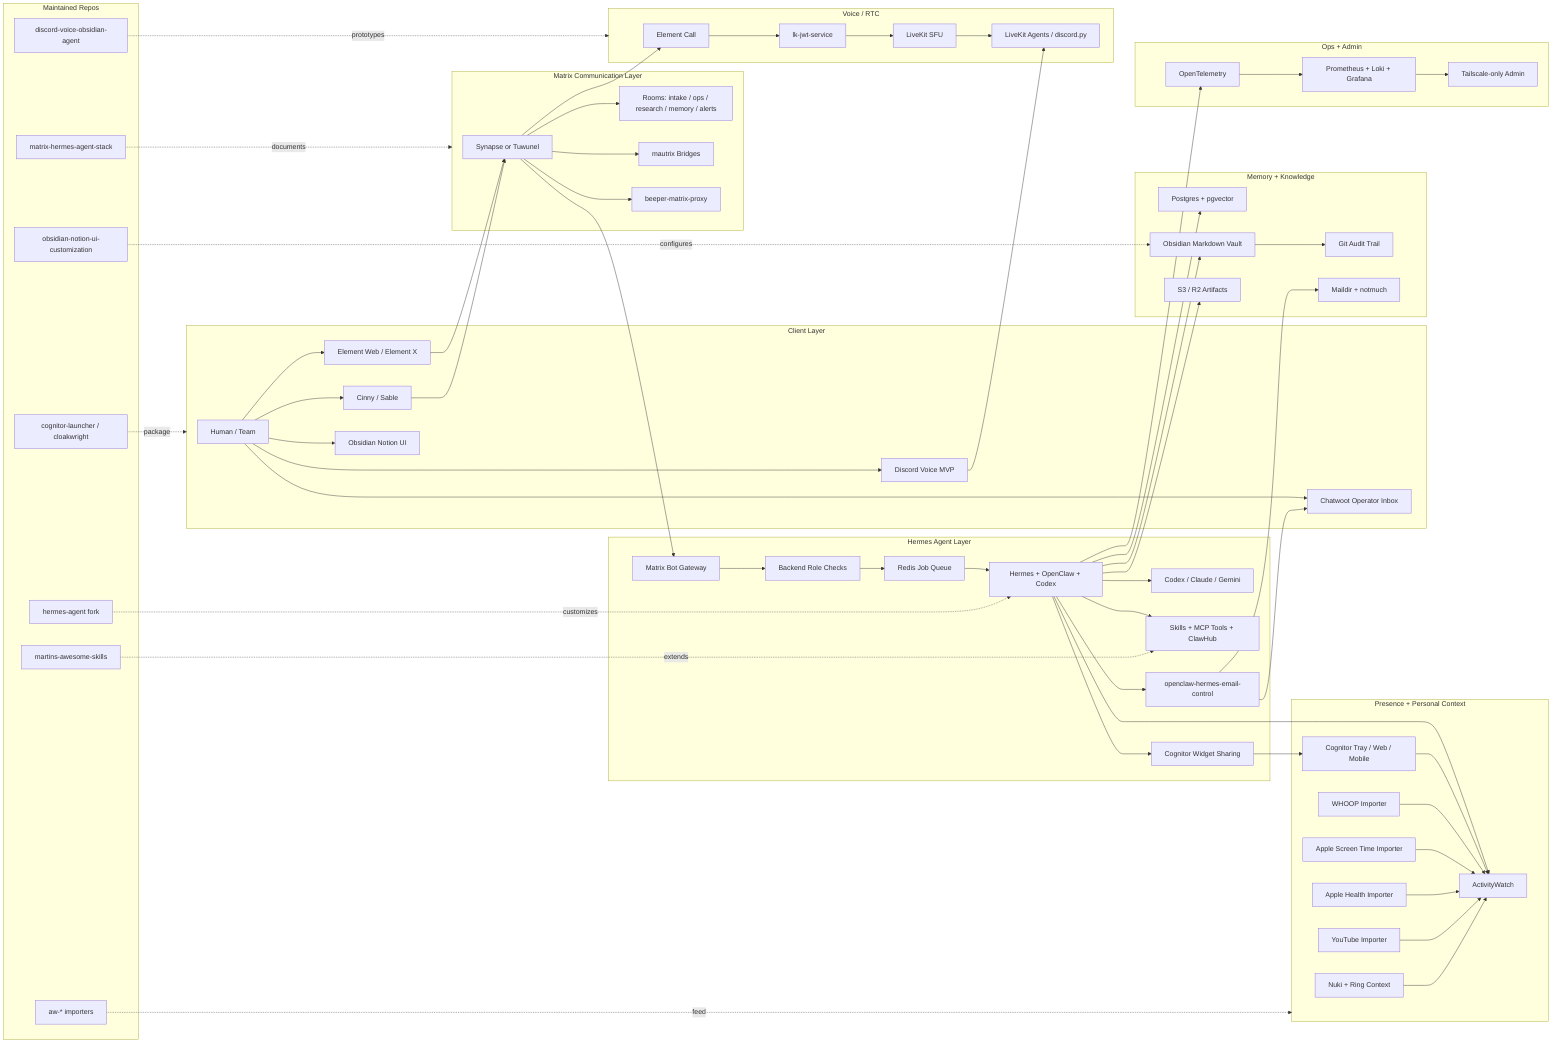
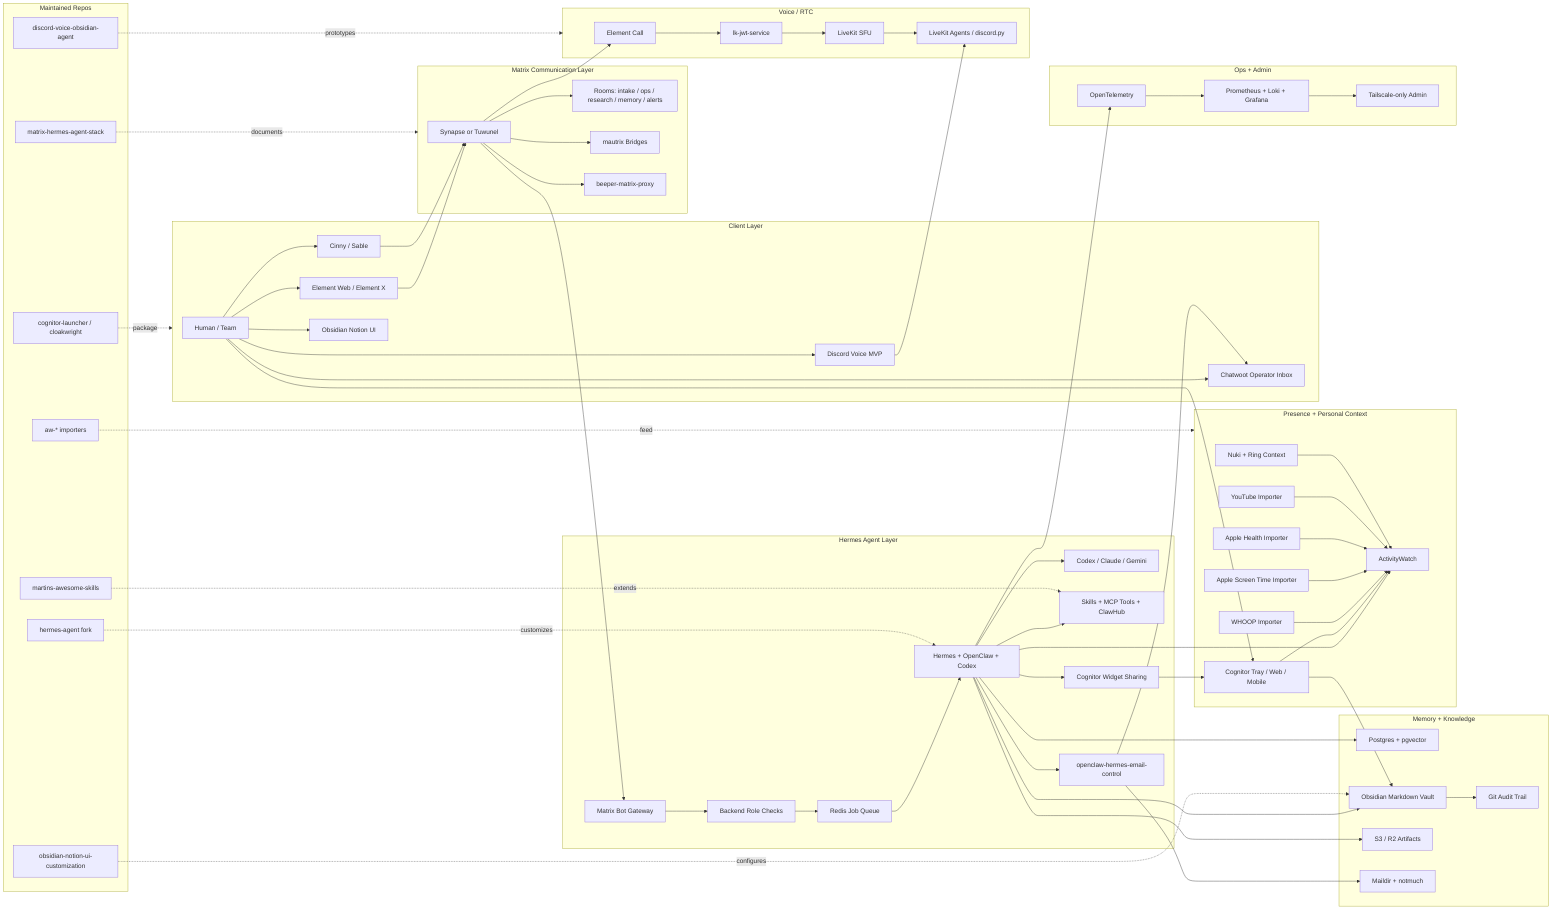
flowchart LR
  subgraph Clients["Client Layer"]
    Human["Human / Team"]
    Element["Element Web / Element X"]
    Cinny["Cinny / Sable"]
    Discord["Discord Voice MVP"]
    ObsidianUI["Obsidian Notion UI"]
    ChatwootUI["Chatwoot Operator Inbox"]
  end

  subgraph MatrixLayer["Matrix Communication Layer"]
    Homeserver["Synapse or Tuwunel"]
    Rooms["Rooms: intake / ops / research / memory / alerts"]
    Bridges["mautrix Bridges"]
    Beeper["beeper-matrix-proxy"]
  end

  subgraph AgentLayer["Hermes Agent Layer"]
    Bot["Matrix Bot Gateway"]
    Authz["Backend Role Checks"]
    Queue["Redis Job Queue"]
    Runtime["Hermes + OpenClaw + Codex"]
    Workers["Codex / Claude / Gemini"]
    Skills["Skills + MCP Tools + ClawHub"]
    EmailCtrl["openclaw-hermes-email-control"]
    WidgetShare["Cognitor Widget Sharing"]
  end

  subgraph KnowledgeLayer["Memory + Knowledge"]
    Postgres["Postgres + pgvector"]
    Vault["Obsidian Markdown Vault"]
    Git["Git Audit Trail"]
    Artifacts["S3 / R2 Artifacts"]
    Maildir["Maildir + notmuch"]
  end

  subgraph ContextLayer["Presence + Personal Context"]
    AW["ActivityWatch"]
    Whoop["WHOOP Importer"]
    ScreenTime["Apple Screen Time Importer"]
    Health["Apple Health Importer"]
    YouTube["YouTube Importer"]
    Door["Nuki + Ring Context"]
    Cognitor["Cognitor Tray / Web / Mobile"]
  end

  subgraph VoiceLayer["Voice / RTC"]
    ElementCall["Element Call"]
    LiveKit["LiveKit SFU"]
    JWT["lk-jwt-service"]
    VoiceAgents["LiveKit Agents / discord.py"]
  end

  subgraph OpsLayer["Ops + Admin"]
    OTel["OpenTelemetry"]
    Metrics["Prometheus + Loki + Grafana"]
    Tail["Tailscale-only Admin"]
  end

  subgraph OwnRepos["Maintained Repos"]
    StackRepo["matrix-hermes-agent-stack"]
    HermesRepo["hermes-agent fork"]
    SkillsRepo["martins-awesome-skills"]
    ObsidianRepo["obsidian-notion-ui-customization"]
    VoiceRepo["discord-voice-obsidian-agent"]
    AWRepos["aw-* importers"]
    CognitorRepos["cognitor-launcher / cloakwright"]
  end

  Human --> Element
  Human --> Cinny
  Human --> Discord
  Human --> ObsidianUI
  Human --> ChatwootUI
+   Human --> Cognitor
  Element --> Homeserver
  Cinny --> Homeserver
  Homeserver --> Rooms
  Homeserver --> Bot
  Homeserver --> Bridges
  Homeserver --> Beeper
  Bot --> Authz --> Queue --> Runtime
  Runtime --> Workers
  Runtime --> Skills
  Runtime --> EmailCtrl
  Runtime --> WidgetShare
  EmailCtrl --> ChatwootUI
  EmailCtrl --> Maildir
  WidgetShare --> Cognitor
  Runtime --> Postgres
  Runtime --> Vault --> Git
  Runtime --> Artifacts
  Runtime --> AW
  Cognitor --> AW
+   Cognitor --> Vault
  Whoop --> AW
  ScreenTime --> AW
  Health --> AW
  YouTube --> AW
  Door --> AW
  Homeserver --> ElementCall --> JWT --> LiveKit --> VoiceAgents
  Discord --> VoiceAgents
  Runtime --> OTel --> Metrics --> Tail
  StackRepo -. documents .-> MatrixLayer
  HermesRepo -. customizes .-> Runtime
  SkillsRepo -. extends .-> Skills
  ObsidianRepo -. configures .-> Vault
  VoiceRepo -. prototypes .-> VoiceLayer
  AWRepos -. feed .-> ContextLayer
  CognitorRepos -. package .-> Clients
